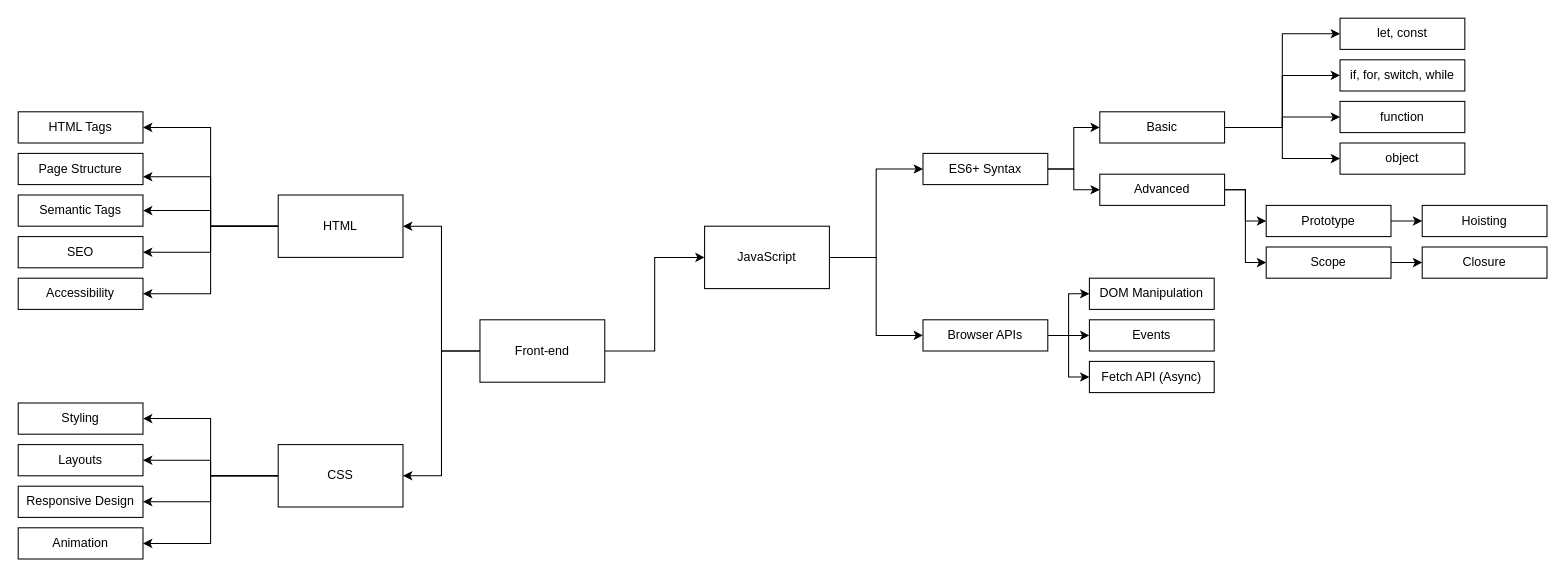
Pendulum88/block_chain77 keeps this draw.io diagram as 웹개발 로드맵.drawio. Above is the earlier version. Source tidied: cells renumbered, new cells numbered last; positions are measured from the earlier drawing's top-left corner, leaving out a move shared by most shapes. Both pictures are drawn from the tidied source at 104%, with x=0, y=0 at pixel (18, 18).
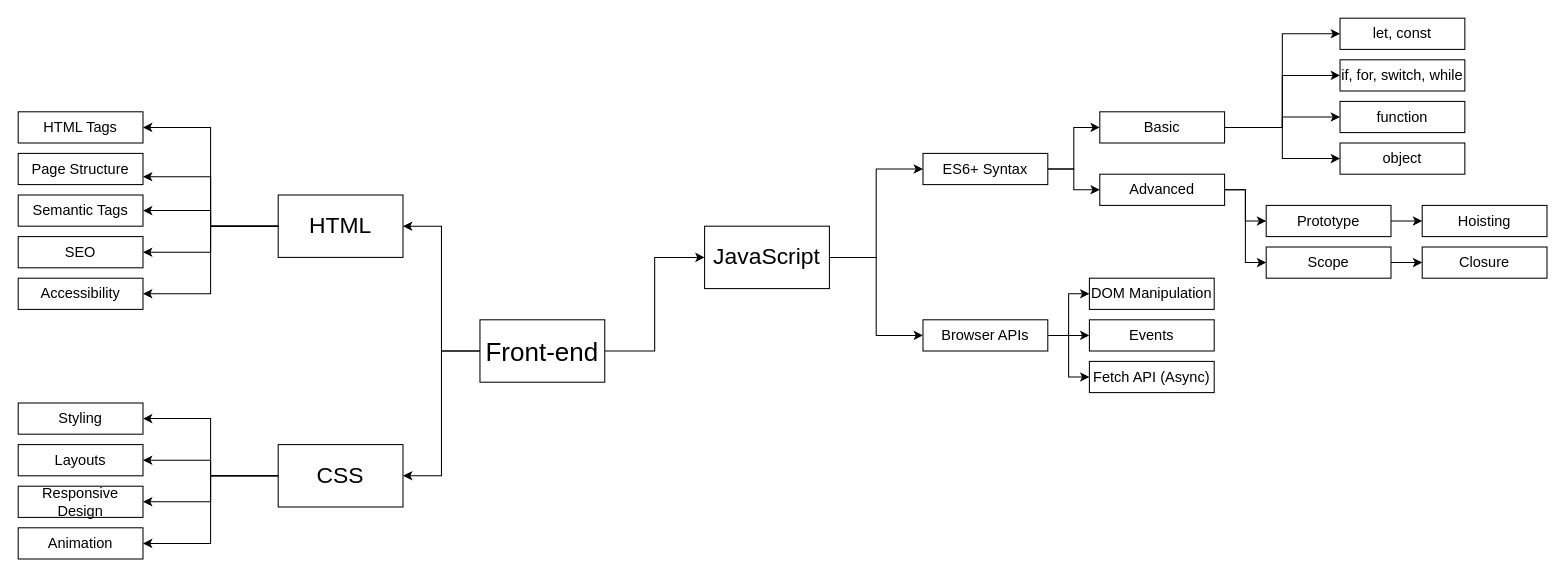
The same page after the edit.

The edit, as a diff of the source:
```diff
@@
-    <mxCell id="5" value="Front-end" style="rounded=0;whiteSpace=wrap;html=1;" parent="1" vertex="1">
+    <mxCell id="5" value="Front-end" style="rounded=0;whiteSpace=wrap;html=1;fontSize=25;" parent="1" vertex="1">
       <mxGeometry x="444" y="290" width="120" height="60" as="geometry" />
     </mxCell>
@@
-    <mxCell id="11" value="HTML" style="rounded=0;whiteSpace=wrap;html=1;" parent="1" vertex="1">
+    <mxCell id="11" value="HTML" style="rounded=0;whiteSpace=wrap;html=1;fontSize=22;" parent="1" vertex="1">
       <mxGeometry x="250" y="170" width="120" height="60" as="geometry" />
     </mxCell>
@@
-    <mxCell id="16" value="CSS" style="rounded=0;whiteSpace=wrap;html=1;" parent="1" vertex="1">
+    <mxCell id="16" value="CSS" style="rounded=0;whiteSpace=wrap;html=1;fontSize=22;" parent="1" vertex="1">
       <mxGeometry x="250" y="410" width="120" height="60" as="geometry" />
     </mxCell>
@@
-    <mxCell id="19" value="JavaScript" style="rounded=0;whiteSpace=wrap;html=1;" parent="1" vertex="1">
+    <mxCell id="19" value="JavaScript" style="rounded=0;whiteSpace=wrap;html=1;fontSize=22;" parent="1" vertex="1">
       <mxGeometry x="660" y="200" width="120" height="60" as="geometry" />
     </mxCell>
-    <mxCell id="20" value="HTML Tags" style="rounded=0;whiteSpace=wrap;html=1;" parent="1" vertex="1">
+    <mxCell id="20" value="HTML Tags" style="rounded=0;whiteSpace=wrap;html=1;fontSize=14;" parent="1" vertex="1">
       <mxGeometry y="90" width="120" height="30" as="geometry" />
     </mxCell>
-    <mxCell id="21" value="Page Structure" style="rounded=0;whiteSpace=wrap;html=1;" parent="1" vertex="1">
+    <mxCell id="21" value="Page Structure" style="rounded=0;whiteSpace=wrap;html=1;fontSize=14;" parent="1" vertex="1">
       <mxGeometry y="130" width="120" height="30" as="geometry" />
     </mxCell>
-    <mxCell id="22" value="Semantic Tags" style="rounded=0;whiteSpace=wrap;html=1;" parent="1" vertex="1">
+    <mxCell id="22" value="Semantic Tags" style="rounded=0;whiteSpace=wrap;html=1;fontSize=14;" parent="1" vertex="1">
       <mxGeometry y="170" width="120" height="30" as="geometry" />
     </mxCell>
-    <mxCell id="23" value="SEO" style="rounded=0;whiteSpace=wrap;html=1;" parent="1" vertex="1">
+    <mxCell id="23" value="SEO" style="rounded=0;whiteSpace=wrap;html=1;fontSize=14;" parent="1" vertex="1">
       <mxGeometry y="210" width="120" height="30" as="geometry" />
     </mxCell>
-    <mxCell id="24" value="Accessibility" style="rounded=0;whiteSpace=wrap;html=1;" parent="1" vertex="1">
+    <mxCell id="24" value="Accessibility" style="rounded=0;whiteSpace=wrap;html=1;fontSize=14;" parent="1" vertex="1">
       <mxGeometry y="250" width="120" height="30" as="geometry" />
     </mxCell>
-    <mxCell id="25" value="Styling" style="rounded=0;whiteSpace=wrap;html=1;" parent="1" vertex="1">
+    <mxCell id="25" value="Styling" style="rounded=0;whiteSpace=wrap;html=1;fontSize=14;" parent="1" vertex="1">
       <mxGeometry y="370" width="120" height="30" as="geometry" />
     </mxCell>
-    <mxCell id="26" value="Layouts" style="rounded=0;whiteSpace=wrap;html=1;" parent="1" vertex="1">
+    <mxCell id="26" value="Layouts" style="rounded=0;whiteSpace=wrap;html=1;fontSize=14;" parent="1" vertex="1">
       <mxGeometry y="410" width="120" height="30" as="geometry" />
     </mxCell>
-    <mxCell id="27" value="Responsive Design" style="rounded=0;whiteSpace=wrap;html=1;" parent="1" vertex="1">
+    <mxCell id="27" value="Responsive Design" style="rounded=0;whiteSpace=wrap;html=1;fontSize=14;" parent="1" vertex="1">
       <mxGeometry y="450" width="120" height="30" as="geometry" />
     </mxCell>
-    <mxCell id="28" value="Animation" style="rounded=0;whiteSpace=wrap;html=1;" parent="1" vertex="1">
+    <mxCell id="28" value="Animation" style="rounded=0;whiteSpace=wrap;html=1;fontSize=14;" parent="1" vertex="1">
       <mxGeometry y="490" width="120" height="30" as="geometry" />
     </mxCell>
-    <mxCell id="29" style="edgeStyle=orthogonalEdgeStyle;rounded=0;jettySize=auto;html=1;entryX=0;entryY=0.5;entryDx=0;entryDy=0;" parent="1" edge="1" source="31" target="40">
+    <mxCell id="29" style="edgeStyle=orthogonalEdgeStyle;rounded=0;jettySize=auto;html=1;entryX=0;entryY=0.5;entryDx=0;entryDy=0;fontSize=14;" parent="1" edge="1" source="31" target="40">
       <mxGeometry relative="1" as="geometry" />
     </mxCell>
-    <mxCell id="30" style="edgeStyle=orthogonalEdgeStyle;rounded=0;jettySize=auto;html=1;entryX=0;entryY=0.5;entryDx=0;entryDy=0;" parent="1" edge="1" source="31" target="43">
+    <mxCell id="30" style="edgeStyle=orthogonalEdgeStyle;rounded=0;jettySize=auto;html=1;entryX=0;entryY=0.5;entryDx=0;entryDy=0;fontSize=14;" parent="1" edge="1" source="31" target="43">
       <mxGeometry relative="1" as="geometry" />
     </mxCell>
-    <mxCell id="31" value="ES6+ Syntax" style="rounded=0;whiteSpace=wrap;html=1;" parent="1" vertex="1">
+    <mxCell id="31" value="ES6+ Syntax" style="rounded=0;whiteSpace=wrap;html=1;fontSize=14;" parent="1" vertex="1">
       <mxGeometry x="870" y="130" width="120" height="30" as="geometry" />
     </mxCell>
-    <mxCell id="32" style="edgeStyle=orthogonalEdgeStyle;rounded=0;jettySize=auto;html=1;entryX=0;entryY=0.5;entryDx=0;entryDy=0;" parent="1" edge="1" source="35" target="54">
+    <mxCell id="32" style="edgeStyle=orthogonalEdgeStyle;rounded=0;jettySize=auto;html=1;entryX=0;entryY=0.5;entryDx=0;entryDy=0;fontSize=14;" parent="1" edge="1" source="35" target="54">
       <mxGeometry relative="1" as="geometry" />
     </mxCell>
-    <mxCell id="33" style="edgeStyle=orthogonalEdgeStyle;rounded=0;jettySize=auto;html=1;entryX=0;entryY=0.5;entryDx=0;entryDy=0;" parent="1" edge="1" source="35" target="55">
+    <mxCell id="33" style="edgeStyle=orthogonalEdgeStyle;rounded=0;jettySize=auto;html=1;entryX=0;entryY=0.5;entryDx=0;entryDy=0;fontSize=14;" parent="1" edge="1" source="35" target="55">
       <mxGeometry relative="1" as="geometry" />
     </mxCell>
-    <mxCell id="34" style="edgeStyle=orthogonalEdgeStyle;rounded=0;jettySize=auto;html=1;entryX=0;entryY=0.5;entryDx=0;entryDy=0;" parent="1" edge="1" source="35" target="56">
+    <mxCell id="34" style="edgeStyle=orthogonalEdgeStyle;rounded=0;jettySize=auto;html=1;entryX=0;entryY=0.5;entryDx=0;entryDy=0;fontSize=14;" parent="1" edge="1" source="35" target="56">
       <mxGeometry relative="1" as="geometry" />
     </mxCell>
-    <mxCell id="35" value="Browser APIs" style="rounded=0;whiteSpace=wrap;html=1;" parent="1" vertex="1">
+    <mxCell id="35" value="Browser APIs" style="rounded=0;whiteSpace=wrap;html=1;fontSize=14;" parent="1" vertex="1">
       <mxGeometry x="870" y="290" width="120" height="30" as="geometry" />
     </mxCell>
-    <mxCell id="36" style="edgeStyle=orthogonalEdgeStyle;rounded=0;jettySize=auto;html=1;entryX=0;entryY=0.5;entryDx=0;entryDy=0;" parent="1" edge="1" source="40" target="44">
+    <mxCell id="36" style="edgeStyle=orthogonalEdgeStyle;rounded=0;jettySize=auto;html=1;entryX=0;entryY=0.5;entryDx=0;entryDy=0;fontSize=14;" parent="1" edge="1" source="40" target="44">
       <mxGeometry relative="1" as="geometry" />
     </mxCell>
-    <mxCell id="37" style="edgeStyle=orthogonalEdgeStyle;rounded=0;jettySize=auto;html=1;entryX=0;entryY=0.5;entryDx=0;entryDy=0;" parent="1" edge="1" source="40" target="45">
+    <mxCell id="37" style="edgeStyle=orthogonalEdgeStyle;rounded=0;jettySize=auto;html=1;entryX=0;entryY=0.5;entryDx=0;entryDy=0;fontSize=14;" parent="1" edge="1" source="40" target="45">
       <mxGeometry relative="1" as="geometry" />
     </mxCell>
-    <mxCell id="38" style="edgeStyle=orthogonalEdgeStyle;rounded=0;jettySize=auto;html=1;entryX=0;entryY=0.5;entryDx=0;entryDy=0;" parent="1" edge="1" source="40" target="46">
+    <mxCell id="38" style="edgeStyle=orthogonalEdgeStyle;rounded=0;jettySize=auto;html=1;entryX=0;entryY=0.5;entryDx=0;entryDy=0;fontSize=14;" parent="1" edge="1" source="40" target="46">
       <mxGeometry relative="1" as="geometry" />
     </mxCell>
-    <mxCell id="39" style="edgeStyle=orthogonalEdgeStyle;rounded=0;jettySize=auto;html=1;" parent="1" edge="1" source="40" target="47">
+    <mxCell id="39" style="edgeStyle=orthogonalEdgeStyle;rounded=0;jettySize=auto;html=1;fontSize=14;" parent="1" edge="1" source="40" target="47">
       <mxGeometry relative="1" as="geometry" />
     </mxCell>
-    <mxCell id="40" value="Basic" style="rounded=0;whiteSpace=wrap;html=1;" parent="1" vertex="1">
+    <mxCell id="40" value="Basic" style="rounded=0;whiteSpace=wrap;html=1;fontSize=14;" parent="1" vertex="1">
       <mxGeometry x="1040" y="90" width="120" height="30" as="geometry" />
     </mxCell>
-    <mxCell id="41" style="edgeStyle=orthogonalEdgeStyle;rounded=0;jettySize=auto;html=1;entryX=0;entryY=0.5;entryDx=0;entryDy=0;" parent="1" edge="1" source="43" target="49">
+    <mxCell id="41" style="edgeStyle=orthogonalEdgeStyle;rounded=0;jettySize=auto;html=1;entryX=0;entryY=0.5;entryDx=0;entryDy=0;fontSize=14;" parent="1" edge="1" source="43" target="49">
       <mxGeometry relative="1" as="geometry" />
     </mxCell>
-    <mxCell id="42" style="edgeStyle=orthogonalEdgeStyle;rounded=0;jettySize=auto;html=1;exitX=1;exitY=0.5;exitDx=0;exitDy=0;entryX=0;entryY=0.5;entryDx=0;entryDy=0;" parent="1" edge="1" source="43" target="52">
+    <mxCell id="42" style="edgeStyle=orthogonalEdgeStyle;rounded=0;jettySize=auto;html=1;exitX=1;exitY=0.5;exitDx=0;exitDy=0;entryX=0;entryY=0.5;entryDx=0;entryDy=0;fontSize=14;" parent="1" edge="1" source="43" target="52">
       <mxGeometry relative="1" as="geometry" />
     </mxCell>
-    <mxCell id="43" value="Advanced" style="rounded=0;whiteSpace=wrap;html=1;" parent="1" vertex="1">
+    <mxCell id="43" value="Advanced" style="rounded=0;whiteSpace=wrap;html=1;fontSize=14;" parent="1" vertex="1">
       <mxGeometry x="1040" y="150" width="120" height="30" as="geometry" />
     </mxCell>
-    <mxCell id="44" value="let, const" style="rounded=0;whiteSpace=wrap;html=1;" parent="1" vertex="1">
+    <mxCell id="44" value="let, const" style="rounded=0;whiteSpace=wrap;html=1;fontSize=14;" parent="1" vertex="1">
       <mxGeometry x="1271" width="120" height="30" as="geometry" />
     </mxCell>
-    <mxCell id="45" value="if, for, switch, while" style="rounded=0;whiteSpace=wrap;html=1;" parent="1" vertex="1">
+    <mxCell id="45" value="if, for, switch, while" style="rounded=0;whiteSpace=wrap;html=1;fontSize=14;" parent="1" vertex="1">
       <mxGeometry x="1271" y="40" width="120" height="30" as="geometry" />
     </mxCell>
-    <mxCell id="46" value="function" style="rounded=0;whiteSpace=wrap;html=1;" parent="1" vertex="1">
+    <mxCell id="46" value="function" style="rounded=0;whiteSpace=wrap;html=1;fontSize=14;" parent="1" vertex="1">
       <mxGeometry x="1271" y="80" width="120" height="30" as="geometry" />
     </mxCell>
-    <mxCell id="47" value="object" style="rounded=0;whiteSpace=wrap;html=1;" parent="1" vertex="1">
+    <mxCell id="47" value="object" style="rounded=0;whiteSpace=wrap;html=1;fontSize=14;" parent="1" vertex="1">
       <mxGeometry x="1271" y="120" width="120" height="30" as="geometry" />
     </mxCell>
-    <mxCell id="48" style="edgeStyle=orthogonalEdgeStyle;rounded=0;jettySize=auto;html=1;entryX=0;entryY=0.5;entryDx=0;entryDy=0;" parent="1" edge="1" source="49" target="50">
+    <mxCell id="48" style="edgeStyle=orthogonalEdgeStyle;rounded=0;jettySize=auto;html=1;entryX=0;entryY=0.5;entryDx=0;entryDy=0;fontSize=14;" parent="1" edge="1" source="49" target="50">
       <mxGeometry relative="1" as="geometry" />
     </mxCell>
-    <mxCell id="49" value="Prototype" style="rounded=0;whiteSpace=wrap;html=1;" parent="1" vertex="1">
+    <mxCell id="49" value="Prototype" style="rounded=0;whiteSpace=wrap;html=1;fontSize=14;" parent="1" vertex="1">
       <mxGeometry x="1200" y="180" width="120" height="30" as="geometry" />
     </mxCell>
-    <mxCell id="50" value="Hoisting" style="rounded=0;whiteSpace=wrap;html=1;" parent="1" vertex="1">
+    <mxCell id="50" value="Hoisting" style="rounded=0;whiteSpace=wrap;html=1;fontSize=14;" parent="1" vertex="1">
       <mxGeometry x="1350" y="180" width="120" height="30" as="geometry" />
     </mxCell>
-    <mxCell id="51" style="edgeStyle=orthogonalEdgeStyle;rounded=0;jettySize=auto;html=1;" parent="1" edge="1" source="52" target="53">
+    <mxCell id="51" style="edgeStyle=orthogonalEdgeStyle;rounded=0;jettySize=auto;html=1;fontSize=14;" parent="1" edge="1" source="52" target="53">
       <mxGeometry relative="1" as="geometry" />
     </mxCell>
-    <mxCell id="52" value="Scope" style="rounded=0;whiteSpace=wrap;html=1;" parent="1" vertex="1">
+    <mxCell id="52" value="Scope" style="rounded=0;whiteSpace=wrap;html=1;fontSize=14;" parent="1" vertex="1">
       <mxGeometry x="1200" y="220" width="120" height="30" as="geometry" />
     </mxCell>
-    <mxCell id="53" value="Closure" style="rounded=0;whiteSpace=wrap;html=1;" parent="1" vertex="1">
+    <mxCell id="53" value="Closure" style="rounded=0;whiteSpace=wrap;html=1;fontSize=14;" parent="1" vertex="1">
       <mxGeometry x="1350" y="220" width="120" height="30" as="geometry" />
     </mxCell>
-    <mxCell id="54" value="DOM Manipulation" style="rounded=0;whiteSpace=wrap;html=1;" parent="1" vertex="1">
+    <mxCell id="54" value="DOM Manipulation" style="rounded=0;whiteSpace=wrap;html=1;fontSize=14;" parent="1" vertex="1">
       <mxGeometry x="1030" y="250" width="120" height="30" as="geometry" />
     </mxCell>
-    <mxCell id="55" value="Events" style="rounded=0;whiteSpace=wrap;html=1;" parent="1" vertex="1">
+    <mxCell id="55" value="Events" style="rounded=0;whiteSpace=wrap;html=1;fontSize=14;" parent="1" vertex="1">
       <mxGeometry x="1030" y="290" width="120" height="30" as="geometry" />
     </mxCell>
-    <mxCell id="56" value="Fetch API (Async)" style="rounded=0;whiteSpace=wrap;html=1;" parent="1" vertex="1">
+    <mxCell id="56" value="Fetch API (Async)" style="rounded=0;whiteSpace=wrap;html=1;fontSize=14;" parent="1" vertex="1">
       <mxGeometry x="1030" y="330" width="120" height="30" as="geometry" />
     </mxCell>
```
